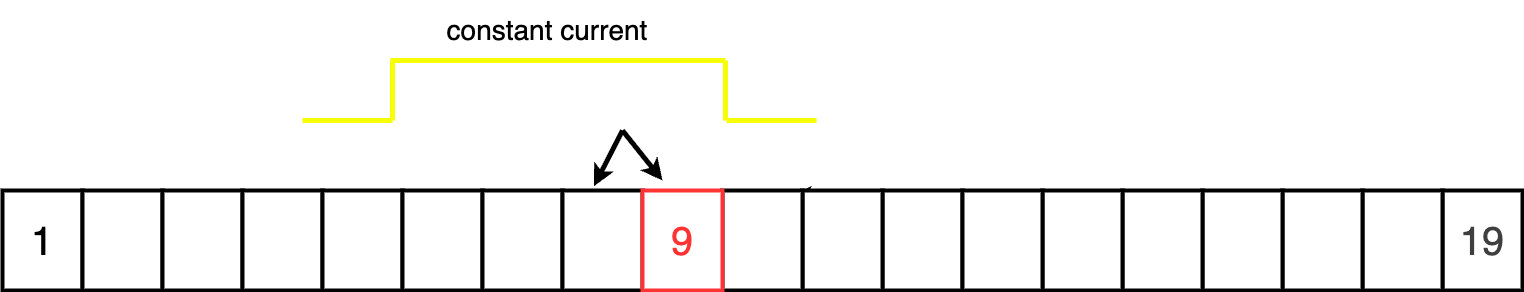
The draw.io diagram docs/poster/pic/inject_steady_current.png in MunechikaHaruki/SINDyNeuroSurrogate, before a commit. Source tidied: cells renumbered, new cells last; positions are measured from the earlier drawing's top-left corner, leaving out a move shared by most shapes. Source of this version:
```xml
<mxGraphModel>
  <root>
    <mxCell id="0" />
    <mxCell id="1" parent="0" />
    <mxCell id="2" style="endArrow=classic;html=1;strokeWidth=5;" parent="1" edge="1">
      <mxGeometry relative="1" as="geometry">
        <mxPoint x="620" y="130" as="sourcePoint" />
        <mxPoint x="660" y="180" as="targetPoint" />
      </mxGeometry>
    </mxCell>
    <mxCell id="3" style="endArrow=classic;html=1;strokeWidth=5;entryX=0.302;entryY=-0.013;entryDx=0;entryDy=0;entryPerimeter=0;" parent="1" edge="1">
      <mxGeometry relative="1" as="geometry">
        <mxPoint x="620" y="130" as="sourcePoint" />
        <mxPoint x="591.5" y="185.7" as="targetPoint" />
      </mxGeometry>
    </mxCell>
    <mxCell id="4" style="edgeStyle=none;html=1;exitX=0.25;exitY=0;exitDx=0;exitDy=0;entryX=0;entryY=0;entryDx=0;entryDy=0;" parent="1" edge="1" source="5" target="6">
      <mxGeometry relative="1" as="geometry" />
    </mxCell>
    <mxCell id="5" style="rounded=0;whiteSpace=wrap;html=1;strokeWidth=4;" parent="1" vertex="1">
      <mxGeometry x="880" y="190" width="80" height="100" as="geometry" />
    </mxCell>
    <mxCell id="6" style="rounded=0;whiteSpace=wrap;html=1;strokeWidth=4;" parent="1" vertex="1">
      <mxGeometry x="800" y="190" width="80" height="100" as="geometry" />
    </mxCell>
    <mxCell id="7" style="rounded=0;whiteSpace=wrap;html=1;strokeWidth=4;" parent="1" vertex="1">
      <mxGeometry x="720" y="190" width="80" height="100" as="geometry" />
    </mxCell>
    <mxCell id="8" value="&lt;font style=&quot;font-size: 40px;&quot;&gt;1&lt;/font&gt;" style="rounded=0;whiteSpace=wrap;html=1;strokeWidth=4;" parent="1" vertex="1">
      <mxGeometry y="190" width="80" height="100" as="geometry" />
    </mxCell>
    <mxCell id="9" style="rounded=0;whiteSpace=wrap;html=1;strokeWidth=4;" parent="1" vertex="1">
      <mxGeometry x="80" y="190" width="80" height="100" as="geometry" />
    </mxCell>
    <mxCell id="10" value="&lt;span style=&quot;color: rgb(63, 63, 63); font-size: 40px;&quot;&gt;19&lt;/span&gt;" style="rounded=0;whiteSpace=wrap;html=1;strokeWidth=4;" parent="1" vertex="1">
      <mxGeometry x="1440" y="190" width="80" height="100" as="geometry" />
    </mxCell>
    <mxCell id="11" style="rounded=0;whiteSpace=wrap;html=1;strokeWidth=4;" parent="1" vertex="1">
      <mxGeometry x="160" y="190" width="80" height="100" as="geometry" />
    </mxCell>
    <mxCell id="12" style="rounded=0;whiteSpace=wrap;html=1;strokeWidth=4;" parent="1" vertex="1">
      <mxGeometry x="240" y="190" width="80" height="100" as="geometry" />
    </mxCell>
    <mxCell id="13" style="rounded=0;whiteSpace=wrap;html=1;strokeWidth=4;" parent="1" vertex="1">
      <mxGeometry x="1360" y="190" width="80" height="100" as="geometry" />
    </mxCell>
    <mxCell id="14" style="rounded=0;whiteSpace=wrap;html=1;strokeWidth=4;" parent="1" vertex="1">
      <mxGeometry x="1280" y="190" width="80" height="100" as="geometry" />
    </mxCell>
    <mxCell id="15" style="rounded=0;whiteSpace=wrap;html=1;strokeWidth=4;" parent="1" vertex="1">
      <mxGeometry x="1200" y="190" width="80" height="100" as="geometry" />
    </mxCell>
    <mxCell id="16" style="rounded=0;whiteSpace=wrap;html=1;strokeWidth=4;" parent="1" vertex="1">
      <mxGeometry x="1120" y="190" width="80" height="100" as="geometry" />
    </mxCell>
    <mxCell id="17" style="rounded=0;whiteSpace=wrap;html=1;strokeWidth=4;" parent="1" vertex="1">
      <mxGeometry x="1040" y="190" width="80" height="100" as="geometry" />
    </mxCell>
    <mxCell id="18" style="rounded=0;whiteSpace=wrap;html=1;strokeWidth=4;" parent="1" vertex="1">
      <mxGeometry x="960" y="190" width="80" height="100" as="geometry" />
    </mxCell>
    <mxCell id="19" style="rounded=0;whiteSpace=wrap;html=1;strokeWidth=4;" parent="1" vertex="1">
      <mxGeometry x="320" y="190" width="80" height="100" as="geometry" />
    </mxCell>
    <mxCell id="20" style="rounded=0;whiteSpace=wrap;html=1;strokeWidth=4;" parent="1" vertex="1">
      <mxGeometry x="400" y="190" width="80" height="100" as="geometry" />
    </mxCell>
    <mxCell id="21" style="rounded=0;whiteSpace=wrap;html=1;strokeWidth=4;" parent="1" vertex="1">
      <mxGeometry x="480" y="190" width="80" height="100" as="geometry" />
    </mxCell>
    <mxCell id="22" style="rounded=0;whiteSpace=wrap;html=1;strokeWidth=4;" parent="1" vertex="1">
      <mxGeometry x="560" y="190" width="80" height="100" as="geometry" />
    </mxCell>
    <mxCell id="23" value="&lt;span style=&quot;font-size: 40px;&quot;&gt;&lt;font style=&quot;color: rgb(255, 51, 51);&quot;&gt;9&lt;/font&gt;&lt;/span&gt;" style="rounded=0;whiteSpace=wrap;html=1;strokeWidth=4;strokeColor=#FF3333;" parent="1" vertex="1">
      <mxGeometry x="640" y="190" width="80" height="100" as="geometry" />
    </mxCell>
    <mxCell id="24" style="endArrow=none;html=1;strokeWidth=5;endFill=0;strokeColor=#F6FF05;" parent="1" edge="1">
      <mxGeometry relative="1" as="geometry">
        <mxPoint x="723" y="60" as="sourcePoint" />
        <mxPoint x="388" y="60" as="targetPoint" />
      </mxGeometry>
    </mxCell>
    <mxCell id="25" style="endArrow=none;html=1;strokeWidth=5;endFill=0;strokeColor=#F6FF05;" parent="1" edge="1">
      <mxGeometry relative="1" as="geometry">
        <mxPoint x="390" y="120" as="sourcePoint" />
        <mxPoint x="390" y="60" as="targetPoint" />
      </mxGeometry>
    </mxCell>
    <mxCell id="26" style="endArrow=none;html=1;strokeWidth=5;endFill=0;strokeColor=#F6FF05;" parent="1" edge="1">
      <mxGeometry relative="1" as="geometry">
        <mxPoint x="723" y="120" as="sourcePoint" />
        <mxPoint x="723" y="60" as="targetPoint" />
      </mxGeometry>
    </mxCell>
    <mxCell id="27" style="endArrow=none;html=1;strokeWidth=5;endFill=0;strokeColor=#F6FF05;" parent="1" edge="1">
      <mxGeometry relative="1" as="geometry">
        <mxPoint x="814" y="120" as="sourcePoint" />
        <mxPoint x="724" y="120" as="targetPoint" />
      </mxGeometry>
    </mxCell>
    <mxCell id="28" style="endArrow=none;html=1;strokeWidth=5;endFill=0;strokeColor=#F6FF05;" parent="1" edge="1">
      <mxGeometry relative="1" as="geometry">
        <mxPoint x="390" y="120" as="sourcePoint" />
        <mxPoint x="300" y="120" as="targetPoint" />
      </mxGeometry>
    </mxCell>
    <mxCell id="29" value="&lt;font style=&quot;font-size: 28px;&quot;&gt;constant current&lt;/font&gt;" style="text;html=1;align=center;verticalAlign=middle;whiteSpace=wrap;rounded=0;" parent="1" vertex="1">
      <mxGeometry x="420" width="250" height="60" as="geometry" />
    </mxCell>
  </root>
</mxGraphModel>
```
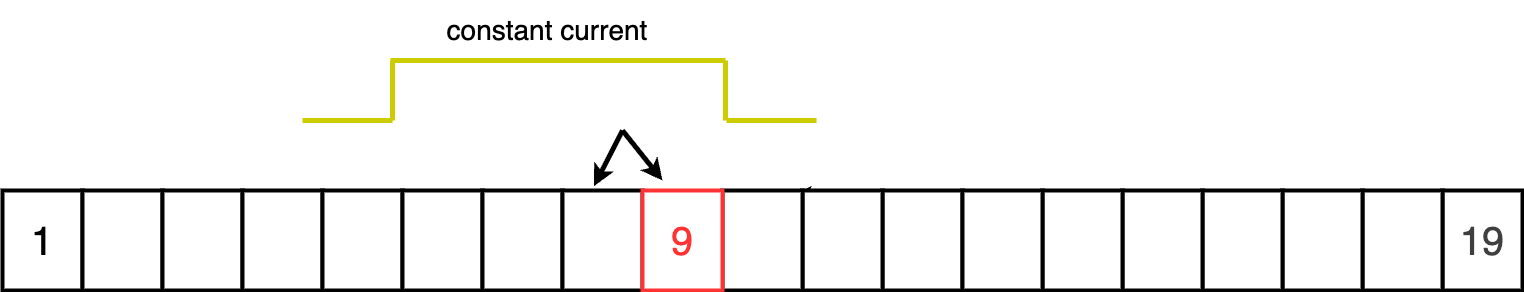
The same file after the commit.

The edit, as a diff of the source:
```diff
@@ -74,31 +74,31 @@
     <mxCell id="23" value="&lt;span style=&quot;font-size: 40px;&quot;&gt;&lt;font style=&quot;color: rgb(255, 51, 51);&quot;&gt;9&lt;/font&gt;&lt;/span&gt;" style="rounded=0;whiteSpace=wrap;html=1;strokeWidth=4;strokeColor=#FF3333;" parent="1" vertex="1">
       <mxGeometry x="640" y="190" width="80" height="100" as="geometry" />
     </mxCell>
-    <mxCell id="24" style="endArrow=none;html=1;strokeWidth=5;endFill=0;strokeColor=#F6FF05;" parent="1" edge="1">
+    <mxCell id="24" style="endArrow=none;html=1;strokeWidth=5;endFill=0;strokeColor=#CCCC00;" parent="1" edge="1">
       <mxGeometry relative="1" as="geometry">
         <mxPoint x="723" y="60" as="sourcePoint" />
         <mxPoint x="388" y="60" as="targetPoint" />
       </mxGeometry>
     </mxCell>
-    <mxCell id="25" style="endArrow=none;html=1;strokeWidth=5;endFill=0;strokeColor=#F6FF05;" parent="1" edge="1">
+    <mxCell id="25" style="endArrow=none;html=1;strokeWidth=5;endFill=0;strokeColor=#CCCC00;" parent="1" edge="1">
       <mxGeometry relative="1" as="geometry">
         <mxPoint x="390" y="120" as="sourcePoint" />
         <mxPoint x="390" y="60" as="targetPoint" />
       </mxGeometry>
     </mxCell>
-    <mxCell id="26" style="endArrow=none;html=1;strokeWidth=5;endFill=0;strokeColor=#F6FF05;" parent="1" edge="1">
+    <mxCell id="26" style="endArrow=none;html=1;strokeWidth=5;endFill=0;strokeColor=#CCCC00;" parent="1" edge="1">
       <mxGeometry relative="1" as="geometry">
         <mxPoint x="723" y="120" as="sourcePoint" />
         <mxPoint x="723" y="60" as="targetPoint" />
       </mxGeometry>
     </mxCell>
-    <mxCell id="27" style="endArrow=none;html=1;strokeWidth=5;endFill=0;strokeColor=#F6FF05;" parent="1" edge="1">
+    <mxCell id="27" style="endArrow=none;html=1;strokeWidth=5;endFill=0;strokeColor=#CCCC00;" parent="1" edge="1">
       <mxGeometry relative="1" as="geometry">
         <mxPoint x="814" y="120" as="sourcePoint" />
         <mxPoint x="724" y="120" as="targetPoint" />
       </mxGeometry>
     </mxCell>
-    <mxCell id="28" style="endArrow=none;html=1;strokeWidth=5;endFill=0;strokeColor=#F6FF05;" parent="1" edge="1">
+    <mxCell id="28" style="endArrow=none;html=1;strokeWidth=5;endFill=0;strokeColor=#CCCC00;" parent="1" edge="1">
       <mxGeometry relative="1" as="geometry">
         <mxPoint x="390" y="120" as="sourcePoint" />
         <mxPoint x="300" y="120" as="targetPoint" />
```
